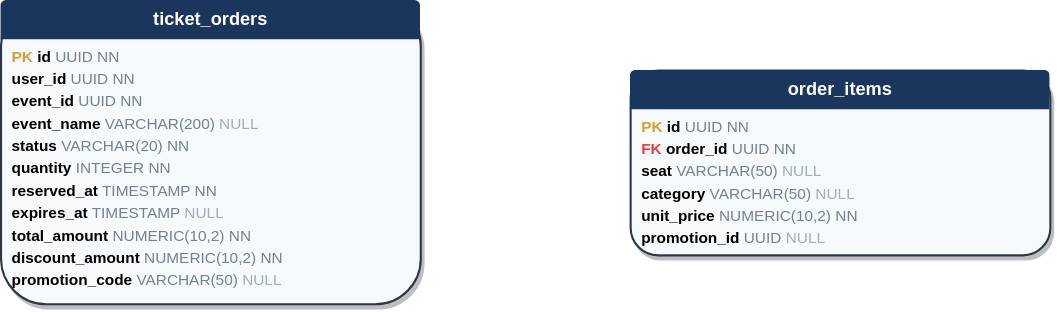
Juanchoque1206/ticketwave-api-gateway keeps this draw.io diagram as diagrams/db/ticketwave-aw-torder.drawio.svg. Above is the earlier version. Source tidied: cells renumbered, new cells last; positions are measured from the earlier drawing's top-left corner, leaving out a move shared by most shapes.
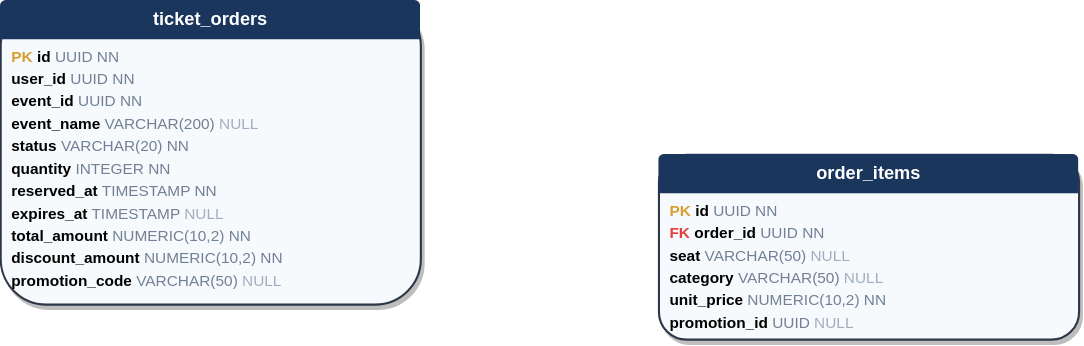
After the change.

The edit, as a diff of the source:
```diff
@@ -2,7 +2,7 @@
   <root>
     <mxCell id="0" />
     <mxCell id="1" value="&lt;div style=&quot;background:#1a365d;color:white;font-weight:bold;font-size:13px;text-align:center;padding:6px;border-radius:4px 4px 0 0;&quot;&gt;ticket_orders&lt;/div&gt;&lt;div style=&quot;padding:4px 8px;font-size:11px;line-height:16px;text-align:left;&quot;&gt;&lt;b style=&quot;color:#d69e2e&quot;&gt;PK&lt;/b&gt; &lt;b&gt;id&lt;/b&gt; &lt;span style=&quot;color:#718096;&quot;&gt;UUID&lt;/span&gt; &lt;span style=&quot;color:#a0aec0;&quot;&gt;&lt;span style=&quot;color:#718096;&quot;&gt;NN&lt;/span&gt;&lt;/span&gt;&lt;br/&gt;&lt;b&gt;user_id&lt;/b&gt; &lt;span style=&quot;color:#718096;&quot;&gt;UUID&lt;/span&gt; &lt;span style=&quot;color:#a0aec0;&quot;&gt;&lt;span style=&quot;color:#718096;&quot;&gt;NN&lt;/span&gt;&lt;/span&gt;&lt;br/&gt;&lt;b&gt;event_id&lt;/b&gt; &lt;span style=&quot;color:#718096;&quot;&gt;UUID&lt;/span&gt; &lt;span style=&quot;color:#a0aec0;&quot;&gt;&lt;span style=&quot;color:#718096;&quot;&gt;NN&lt;/span&gt;&lt;/span&gt;&lt;br/&gt;&lt;b&gt;event_name&lt;/b&gt; &lt;span style=&quot;color:#718096;&quot;&gt;VARCHAR(200)&lt;/span&gt; &lt;span style=&quot;color:#a0aec0;&quot;&gt;&lt;span style=&quot;color:#a0aec0;&quot;&gt;NULL&lt;/span&gt;&lt;/span&gt;&lt;br/&gt;&lt;b&gt;status&lt;/b&gt; &lt;span style=&quot;color:#718096;&quot;&gt;VARCHAR(20)&lt;/span&gt; &lt;span style=&quot;color:#a0aec0;&quot;&gt;&lt;span style=&quot;color:#718096;&quot;&gt;NN&lt;/span&gt;&lt;/span&gt;&lt;br/&gt;&lt;b&gt;quantity&lt;/b&gt; &lt;span style=&quot;color:#718096;&quot;&gt;INTEGER&lt;/span&gt; &lt;span style=&quot;color:#a0aec0;&quot;&gt;&lt;span style=&quot;color:#718096;&quot;&gt;NN&lt;/span&gt;&lt;/span&gt;&lt;br/&gt;&lt;b&gt;reserved_at&lt;/b&gt; &lt;span style=&quot;color:#718096;&quot;&gt;TIMESTAMP&lt;/span&gt; &lt;span style=&quot;color:#a0aec0;&quot;&gt;&lt;span style=&quot;color:#718096;&quot;&gt;NN&lt;/span&gt;&lt;/span&gt;&lt;br/&gt;&lt;b&gt;expires_at&lt;/b&gt; &lt;span style=&quot;color:#718096;&quot;&gt;TIMESTAMP&lt;/span&gt; &lt;span style=&quot;color:#a0aec0;&quot;&gt;&lt;span style=&quot;color:#a0aec0;&quot;&gt;NULL&lt;/span&gt;&lt;/span&gt;&lt;br/&gt;&lt;b&gt;total_amount&lt;/b&gt; &lt;span style=&quot;color:#718096;&quot;&gt;NUMERIC(10,2)&lt;/span&gt; &lt;span style=&quot;color:#a0aec0;&quot;&gt;&lt;span style=&quot;color:#718096;&quot;&gt;NN&lt;/span&gt;&lt;/span&gt;&lt;br/&gt;&lt;b&gt;discount_amount&lt;/b&gt; &lt;span style=&quot;color:#718096;&quot;&gt;NUMERIC(10,2)&lt;/span&gt; &lt;span style=&quot;color:#a0aec0;&quot;&gt;&lt;span style=&quot;color:#718096;&quot;&gt;NN&lt;/span&gt;&lt;/span&gt;&lt;br/&gt;&lt;b&gt;promotion_code&lt;/b&gt; &lt;span style=&quot;color:#718096;&quot;&gt;VARCHAR(50)&lt;/span&gt; &lt;span style=&quot;color:#a0aec0;&quot;&gt;&lt;span style=&quot;color:#a0aec0;&quot;&gt;NULL&lt;/span&gt;&lt;/span&gt;&lt;br/&gt;&lt;/div&gt;" style="rounded=1;whiteSpace=wrap;html=1;overflow=fill;fillColor=#f7fafc;strokeColor=#2d3748;strokeWidth=1.5;fontSize=11;verticalAlign=top;shadow=1;" parent="0" vertex="1">
-      <mxGeometry x="70" y="120" width="300" height="217" as="geometry" />
+      <mxGeometry x="90" y="180" width="300" height="217" as="geometry" />
     </mxCell>
     <mxCell id="2" style="edgeStyle=orthogonalEdgeStyle;rounded=0;jettySize=auto;html=1;entryX=0;entryY=0.5;entryDx=0;entryDy=0;" parent="1" edge="1" source="1" target="5">
       <mxGeometry relative="1" as="geometry" />
@@ -15,8 +15,11 @@
         <mxPoint x="120" y="50" as="sourcePoint" />
       </mxGeometry>
     </mxCell>
+    <mxCell id="7" style="edgeStyle=orthogonalEdgeStyle;rounded=0;jettySize=auto;html=1;entryX=0;entryY=0.5;entryDx=0;entryDy=0;" parent="1" edge="1" source="1" target="5">
+      <mxGeometry relative="1" as="geometry" />
+    </mxCell>
     <mxCell id="5" value="&lt;div style=&quot;background:#1a365d;color:white;font-weight:bold;font-size:13px;text-align:center;padding:6px;border-radius:4px 4px 0 0;&quot;&gt;order_items&lt;/div&gt;&lt;div style=&quot;padding:4px 8px;font-size:11px;line-height:16px;text-align:left;&quot;&gt;&lt;b style=&quot;color:#d69e2e&quot;&gt;PK&lt;/b&gt; &lt;b&gt;id&lt;/b&gt; &lt;span style=&quot;color:#718096;&quot;&gt;UUID&lt;/span&gt; &lt;span style=&quot;color:#a0aec0;&quot;&gt;&lt;span style=&quot;color:#718096;&quot;&gt;NN&lt;/span&gt;&lt;/span&gt;&lt;br/&gt;&lt;b style=&quot;color:#e53e3e&quot;&gt;FK&lt;/b&gt; &lt;b&gt;order_id&lt;/b&gt; &lt;span style=&quot;color:#718096;&quot;&gt;UUID&lt;/span&gt; &lt;span style=&quot;color:#a0aec0;&quot;&gt;&lt;span style=&quot;color:#718096;&quot;&gt;NN&lt;/span&gt;&lt;/span&gt;&lt;br/&gt;&lt;b&gt;seat&lt;/b&gt; &lt;span style=&quot;color:#718096;&quot;&gt;VARCHAR(50)&lt;/span&gt; &lt;span style=&quot;color:#a0aec0;&quot;&gt;&lt;span style=&quot;color:#a0aec0;&quot;&gt;NULL&lt;/span&gt;&lt;/span&gt;&lt;br/&gt;&lt;b&gt;category&lt;/b&gt; &lt;span style=&quot;color:#718096;&quot;&gt;VARCHAR(50)&lt;/span&gt; &lt;span style=&quot;color:#a0aec0;&quot;&gt;&lt;span style=&quot;color:#a0aec0;&quot;&gt;NULL&lt;/span&gt;&lt;/span&gt;&lt;br/&gt;&lt;b&gt;unit_price&lt;/b&gt; &lt;span style=&quot;color:#718096;&quot;&gt;NUMERIC(10,2)&lt;/span&gt; &lt;span style=&quot;color:#a0aec0;&quot;&gt;&lt;span style=&quot;color:#718096;&quot;&gt;NN&lt;/span&gt;&lt;/span&gt;&lt;br/&gt;&lt;b&gt;promotion_id&lt;/b&gt; &lt;span style=&quot;color:#718096;&quot;&gt;UUID&lt;/span&gt; &lt;span style=&quot;color:#a0aec0;&quot;&gt;&lt;span style=&quot;color:#a0aec0;&quot;&gt;NULL&lt;/span&gt;&lt;/span&gt;&lt;br/&gt;&lt;/div&gt;" style="rounded=1;whiteSpace=wrap;html=1;overflow=fill;fillColor=#f7fafc;strokeColor=#2d3748;strokeWidth=1.5;fontSize=11;verticalAlign=top;shadow=1;" parent="0" vertex="1">
-      <mxGeometry x="520" y="170" width="300" height="132" as="geometry" />
+      <mxGeometry x="560" y="290" width="300" height="132" as="geometry" />
     </mxCell>
     <mxCell id="6" value="many-to-one" style="edgeStyle=orthogonalEdgeStyle;html=1;strokeColor=#2d3748;strokeWidth=1.5;fontSize=10;endArrow=none;startFill=0;" parent="0" edge="1" source="5" target="1">
       <mxGeometry relative="1" as="geometry" />
```
